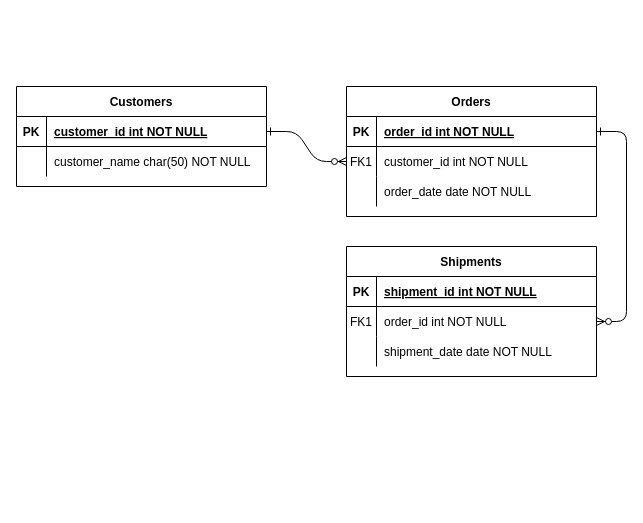
Earlier version of the draw.io diagram 未命名绘图.drawio (QingyangZeng-121/dat). Source tidied: cells renumbered, new cells numbered last; positions are measured from the earlier drawing's top-left corner, leaving out a move shared by most shapes. Both pictures are drawn from the tidied source at 100%, with x=0, y=0 at pixel (16, 86).
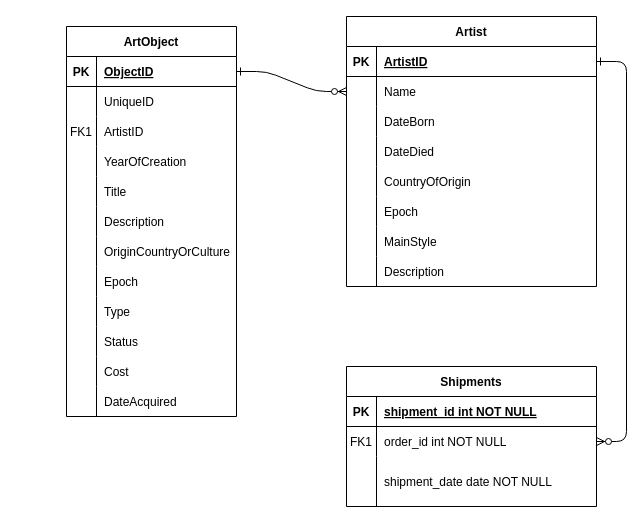
After the change.

The change refers to these unchanged cells:
```xml
<mxCell id="5" style="shape=partialRectangle;fillColor=none;points=[[0,0.5],[1,0.5]];portConstraint=eastwest;top=0;left=0;right=0;bottom=1;" parent="4" vertex="1">
  <mxGeometry y="30" width="250" height="30" as="geometry" />
</mxCell>
<mxCell id="8" style="shape=partialRectangle;fillColor=none;points=[[0,0.5],[1,0.5]];portConstraint=eastwest;top=0;left=0;right=0;bottom=0;" parent="4" vertex="1">
  <mxGeometry y="60" width="250" height="30" as="geometry" />
</mxCell>
<mxCell id="11" style="shape=partialRectangle;fillColor=none;top=0;left=0;right=0;bottom=0;" parent="4" vertex="1">
  <mxGeometry y="90" width="250" height="30" as="geometry" />
</mxCell>
```

The edit, as a diff of the source:
```diff
@@
-    <mxCell id="4" value="Orders" style="shape=table;startSize=30;childLayout=tableLayout;rowLines=0;fontStyle=1;align=center;" parent="1" vertex="1">
-      <mxGeometry x="330" width="250" height="130" as="geometry" />
+    <mxCell id="4" value="Artist" style="shape=table;startSize=30;childLayout=tableLayout;rowLines=0;fontStyle=1;align=center;" parent="1" vertex="1">
+      <mxGeometry x="330" y="-70" width="250" height="270" as="geometry" />
     </mxCell>
@@
-    <mxCell id="7" value="order_id int NOT NULL " style="shape=partialRectangle;overflow=hidden;fillColor=none;top=0;left=0;bottom=0;right=0;align=left;spacingLeft=6;fontStyle=5;" parent="5" vertex="1">
+    <mxCell id="7" value="ArtistID" style="shape=partialRectangle;overflow=hidden;fillColor=none;top=0;left=0;bottom=0;right=0;align=left;spacingLeft=6;fontStyle=5;" parent="5" vertex="1">
       <mxGeometry x="30" width="220" height="30" as="geometry" />
     </mxCell>
@@
-    <mxCell id="9" value="FK1" style="shape=partialRectangle;overflow=hidden;fillColor=none;top=0;left=0;bottom=0;right=0;" parent="8" vertex="1">
+    <mxCell id="9" style="shape=partialRectangle;overflow=hidden;fillColor=none;top=0;left=0;bottom=0;right=0;" parent="8" vertex="1">
       <mxGeometry width="30" height="30" as="geometry" />
     </mxCell>
-    <mxCell id="10" value="customer_id int NOT NULL" style="shape=partialRectangle;overflow=hidden;fillColor=none;top=0;left=0;bottom=0;right=0;align=left;spacingLeft=6;" parent="8" vertex="1">
+    <mxCell id="10" value="Name" style="shape=partialRectangle;overflow=hidden;fillColor=none;top=0;left=0;bottom=0;right=0;align=left;spacingLeft=6;" parent="8" vertex="1">
       <mxGeometry x="30" width="220" height="30" as="geometry" />
     </mxCell>
@@
-    <mxCell id="13" value="order_date date NOT NULL" style="shape=partialRectangle;overflow=hidden;fillColor=none;top=0;left=0;bottom=0;right=0;align=left;spacingLeft=6;" parent="11" vertex="1">
+    <mxCell id="13" value="DateBorn" style="shape=partialRectangle;overflow=hidden;fillColor=none;top=0;left=0;bottom=0;right=0;align=left;spacingLeft=6;" parent="11" vertex="1">
       <mxGeometry x="30" width="220" height="30" as="geometry" />
     </mxCell>
+    <mxCell id="31" style="shape=partialRectangle;fillColor=none;top=0;left=0;right=0;bottom=0;" parent="4" vertex="1">
+      <mxGeometry y="120" width="250" height="30" as="geometry" />
+    </mxCell>
+    <mxCell id="32" style="shape=partialRectangle;overflow=hidden;fillColor=none;top=0;left=0;bottom=0;right=0;" parent="31" vertex="1">
+      <mxGeometry width="30" height="30" as="geometry" />
+    </mxCell>
+    <mxCell id="33" value="DateDied" style="shape=partialRectangle;overflow=hidden;fillColor=none;top=0;left=0;bottom=0;right=0;align=left;spacingLeft=6;" parent="31" vertex="1">
+      <mxGeometry x="30" width="220" height="30" as="geometry" />
+    </mxCell>
+    <mxCell id="34" style="shape=partialRectangle;fillColor=none;top=0;left=0;right=0;bottom=0;" parent="4" vertex="1">
+      <mxGeometry y="150" width="250" height="30" as="geometry" />
+    </mxCell>
+    <mxCell id="35" style="shape=partialRectangle;overflow=hidden;fillColor=none;top=0;left=0;bottom=0;right=0;" parent="34" vertex="1">
+      <mxGeometry width="30" height="30" as="geometry" />
+    </mxCell>
+    <mxCell id="36" value="CountryOfOrigin" style="shape=partialRectangle;overflow=hidden;fillColor=none;top=0;left=0;bottom=0;right=0;align=left;spacingLeft=6;" parent="34" vertex="1">
+      <mxGeometry x="30" width="220" height="30" as="geometry" />
+    </mxCell>
+    <mxCell id="37" style="shape=partialRectangle;fillColor=none;top=0;left=0;right=0;bottom=0;" parent="4" vertex="1">
+      <mxGeometry y="180" width="250" height="30" as="geometry" />
+    </mxCell>
+    <mxCell id="38" style="shape=partialRectangle;overflow=hidden;fillColor=none;top=0;left=0;bottom=0;right=0;" parent="37" vertex="1">
+      <mxGeometry width="30" height="30" as="geometry" />
+    </mxCell>
+    <mxCell id="39" value="Epoch" style="shape=partialRectangle;overflow=hidden;fillColor=none;top=0;left=0;bottom=0;right=0;align=left;spacingLeft=6;" parent="37" vertex="1">
+      <mxGeometry x="30" width="220" height="30" as="geometry" />
+    </mxCell>
+    <mxCell id="40" style="shape=partialRectangle;fillColor=none;top=0;left=0;right=0;bottom=0;" parent="4" vertex="1">
+      <mxGeometry y="210" width="250" height="30" as="geometry" />
+    </mxCell>
+    <mxCell id="41" style="shape=partialRectangle;overflow=hidden;fillColor=none;top=0;left=0;bottom=0;right=0;" parent="40" vertex="1">
+      <mxGeometry width="30" height="30" as="geometry" />
+    </mxCell>
+    <mxCell id="42" value="MainStyle" style="shape=partialRectangle;overflow=hidden;fillColor=none;top=0;left=0;bottom=0;right=0;align=left;spacingLeft=6;" parent="40" vertex="1">
+      <mxGeometry x="30" width="220" height="30" as="geometry" />
+    </mxCell>
+    <mxCell id="43" style="shape=partialRectangle;fillColor=none;top=0;left=0;right=0;bottom=0;" parent="4" vertex="1">
+      <mxGeometry y="240" width="250" height="30" as="geometry" />
+    </mxCell>
+    <mxCell id="44" style="shape=partialRectangle;overflow=hidden;fillColor=none;top=0;left=0;bottom=0;right=0;" parent="43" vertex="1">
+      <mxGeometry width="30" height="30" as="geometry" />
+    </mxCell>
+    <mxCell id="45" value="Description" style="shape=partialRectangle;overflow=hidden;fillColor=none;top=0;left=0;bottom=0;right=0;align=left;spacingLeft=6;" parent="43" vertex="1">
+      <mxGeometry x="30" width="220" height="30" as="geometry" />
+    </mxCell>
     <mxCell id="14" value="Shipments" style="shape=table;startSize=30;childLayout=tableLayout;rowLines=0;fontStyle=1;align=center;" parent="1" vertex="1">
-      <mxGeometry x="330" y="160" width="250" height="130" as="geometry" />
+      <mxGeometry x="330" y="280" width="250" height="140" as="geometry" />
     </mxCell>
@@
     <mxCell id="21" style="shape=partialRectangle;fillColor=none;top=0;left=0;right=0;bottom=0;" parent="14" vertex="1">
-      <mxGeometry y="90" width="250" height="30" as="geometry" />
+      <mxGeometry y="90" width="250" height="50" as="geometry" />
     </mxCell>
     <mxCell id="22" style="shape=partialRectangle;overflow=hidden;fillColor=none;top=0;left=0;bottom=0;right=0;" parent="21" vertex="1">
-      <mxGeometry width="30" height="30" as="geometry" />
+      <mxGeometry width="30" height="50" as="geometry" />
     </mxCell>
     <mxCell id="23" value="shipment_date date NOT NULL" style="shape=partialRectangle;overflow=hidden;fillColor=none;top=0;left=0;bottom=0;right=0;align=left;spacingLeft=6;" parent="21" vertex="1">
-      <mxGeometry x="30" width="220" height="30" as="geometry" />
+      <mxGeometry x="30" width="220" height="50" as="geometry" />
     </mxCell>
-    <mxCell id="24" value="Customers" style="shape=table;startSize=30;childLayout=tableLayout;rowLines=0;fontStyle=1;align=center;" parent="1" vertex="1">
-      <mxGeometry width="250" height="100" as="geometry" />
+    <mxCell id="24" value="ArtObject" style="shape=table;startSize=30;childLayout=tableLayout;rowLines=0;fontStyle=1;align=center;" parent="1" vertex="1">
+      <mxGeometry x="50" y="-60" width="170" height="390" as="geometry" />
     </mxCell>
     <mxCell id="25" style="shape=partialRectangle;fillColor=none;points=[[0,0.5],[1,0.5]];portConstraint=eastwest;top=0;left=0;right=0;bottom=1;" parent="24" vertex="1">
-      <mxGeometry y="30" width="250" height="30" as="geometry" />
+      <mxGeometry y="30" width="170" height="30" as="geometry" />
     </mxCell>
@@
-    <mxCell id="27" value="customer_id int NOT NULL " style="shape=partialRectangle;overflow=hidden;fillColor=none;top=0;left=0;bottom=0;right=0;align=left;spacingLeft=6;fontStyle=5;" parent="25" vertex="1">
-      <mxGeometry x="30" width="220" height="30" as="geometry" />
+    <mxCell id="27" value="ObjectID" style="shape=partialRectangle;overflow=hidden;fillColor=none;top=0;left=0;bottom=0;right=0;align=left;spacingLeft=6;fontStyle=5;" parent="25" vertex="1">
+      <mxGeometry x="30" width="140" height="30" as="geometry" />
     </mxCell>
-    <mxCell id="28" style="shape=partialRectangle;fillColor=none;top=0;left=0;right=0;bottom=0;" parent="24" vertex="1">
-      <mxGeometry y="60" width="250" height="30" as="geometry" />
-    </mxCell>
-    <mxCell id="29" style="shape=partialRectangle;overflow=hidden;fillColor=none;top=0;left=0;bottom=0;right=0;" parent="28" vertex="1">
-      <mxGeometry width="30" height="30" as="geometry" />
-    </mxCell>
-    <mxCell id="30" value="customer_name char(50) NOT NULL" style="shape=partialRectangle;overflow=hidden;fillColor=none;top=0;left=0;bottom=0;right=0;align=left;spacingLeft=6;" parent="28" vertex="1">
-      <mxGeometry x="30" width="220" height="30" as="geometry" />
-    </mxCell>
+    <mxCell id="46" style="shape=partialRectangle;fillColor=none;top=0;left=0;right=0;bottom=0;" parent="24" vertex="1">
+      <mxGeometry y="60" width="170" height="30" as="geometry" />
+    </mxCell>
+    <mxCell id="47" style="shape=partialRectangle;overflow=hidden;fillColor=none;top=0;left=0;bottom=0;right=0;" parent="46" vertex="1">
+      <mxGeometry width="30" height="30" as="geometry" />
+    </mxCell>
+    <mxCell id="48" value="UniqueID" style="shape=partialRectangle;overflow=hidden;fillColor=none;top=0;left=0;bottom=0;right=0;align=left;spacingLeft=6;" parent="46" vertex="1">
+      <mxGeometry x="30" width="140" height="30" as="geometry" />
+    </mxCell>
+    <mxCell id="49" style="shape=partialRectangle;fillColor=none;top=0;left=0;right=0;bottom=0;" parent="24" vertex="1">
+      <mxGeometry y="90" width="170" height="30" as="geometry" />
+    </mxCell>
+    <mxCell id="50" value="FK1" style="shape=partialRectangle;overflow=hidden;fillColor=none;top=0;left=0;bottom=0;right=0;" parent="49" vertex="1">
+      <mxGeometry width="30" height="30" as="geometry" />
+    </mxCell>
+    <mxCell id="51" value="ArtistID" style="shape=partialRectangle;overflow=hidden;fillColor=none;top=0;left=0;bottom=0;right=0;align=left;spacingLeft=6;" parent="49" vertex="1">
+      <mxGeometry x="30" width="140" height="30" as="geometry" />
+    </mxCell>
+    <mxCell id="52" style="shape=partialRectangle;fillColor=none;top=0;left=0;right=0;bottom=0;" parent="24" vertex="1">
+      <mxGeometry y="120" width="170" height="30" as="geometry" />
+    </mxCell>
+    <mxCell id="53" style="shape=partialRectangle;overflow=hidden;fillColor=none;top=0;left=0;bottom=0;right=0;" parent="52" vertex="1">
+      <mxGeometry width="30" height="30" as="geometry" />
+    </mxCell>
+    <mxCell id="54" value="YearOfCreation" style="shape=partialRectangle;overflow=hidden;fillColor=none;top=0;left=0;bottom=0;right=0;align=left;spacingLeft=6;" parent="52" vertex="1">
+      <mxGeometry x="30" width="140" height="30" as="geometry" />
+    </mxCell>
+    <mxCell id="55" style="shape=partialRectangle;fillColor=none;top=0;left=0;right=0;bottom=0;" parent="24" vertex="1">
+      <mxGeometry y="150" width="170" height="30" as="geometry" />
+    </mxCell>
+    <mxCell id="56" style="shape=partialRectangle;overflow=hidden;fillColor=none;top=0;left=0;bottom=0;right=0;" parent="55" vertex="1">
+      <mxGeometry width="30" height="30" as="geometry" />
+    </mxCell>
+    <mxCell id="57" value="Title" style="shape=partialRectangle;overflow=hidden;fillColor=none;top=0;left=0;bottom=0;right=0;align=left;spacingLeft=6;" parent="55" vertex="1">
+      <mxGeometry x="30" width="140" height="30" as="geometry" />
+    </mxCell>
+    <mxCell id="58" style="shape=partialRectangle;fillColor=none;top=0;left=0;right=0;bottom=0;" parent="24" vertex="1">
+      <mxGeometry y="180" width="170" height="30" as="geometry" />
+    </mxCell>
+    <mxCell id="59" style="shape=partialRectangle;overflow=hidden;fillColor=none;top=0;left=0;bottom=0;right=0;" parent="58" vertex="1">
+      <mxGeometry width="30" height="30" as="geometry" />
+    </mxCell>
+    <mxCell id="60" value="Description" style="shape=partialRectangle;overflow=hidden;fillColor=none;top=0;left=0;bottom=0;right=0;align=left;spacingLeft=6;" parent="58" vertex="1">
+      <mxGeometry x="30" width="140" height="30" as="geometry" />
+    </mxCell>
+    <mxCell id="61" style="shape=partialRectangle;fillColor=none;top=0;left=0;right=0;bottom=0;" parent="24" vertex="1">
+      <mxGeometry y="210" width="170" height="30" as="geometry" />
+    </mxCell>
+    <mxCell id="62" style="shape=partialRectangle;overflow=hidden;fillColor=none;top=0;left=0;bottom=0;right=0;" parent="61" vertex="1">
+      <mxGeometry width="30" height="30" as="geometry" />
+    </mxCell>
+    <mxCell id="63" value="OriginCountryOrCulture" style="shape=partialRectangle;overflow=hidden;fillColor=none;top=0;left=0;bottom=0;right=0;align=left;spacingLeft=6;" parent="61" vertex="1">
+      <mxGeometry x="30" width="140" height="30" as="geometry" />
+    </mxCell>
+    <mxCell id="64" style="shape=partialRectangle;fillColor=none;top=0;left=0;right=0;bottom=0;" parent="24" vertex="1">
+      <mxGeometry y="240" width="170" height="30" as="geometry" />
+    </mxCell>
+    <mxCell id="65" style="shape=partialRectangle;overflow=hidden;fillColor=none;top=0;left=0;bottom=0;right=0;" parent="64" vertex="1">
+      <mxGeometry width="30" height="30" as="geometry" />
+    </mxCell>
+    <mxCell id="66" value="Epoch" style="shape=partialRectangle;overflow=hidden;fillColor=none;top=0;left=0;bottom=0;right=0;align=left;spacingLeft=6;" parent="64" vertex="1">
+      <mxGeometry x="30" width="140" height="30" as="geometry" />
+    </mxCell>
+    <mxCell id="67" style="shape=partialRectangle;fillColor=none;top=0;left=0;right=0;bottom=0;" parent="24" vertex="1">
+      <mxGeometry y="270" width="170" height="30" as="geometry" />
+    </mxCell>
+    <mxCell id="68" style="shape=partialRectangle;overflow=hidden;fillColor=none;top=0;left=0;bottom=0;right=0;" parent="67" vertex="1">
+      <mxGeometry width="30" height="30" as="geometry" />
+    </mxCell>
+    <mxCell id="69" value="Type" style="shape=partialRectangle;overflow=hidden;fillColor=none;top=0;left=0;bottom=0;right=0;align=left;spacingLeft=6;" parent="67" vertex="1">
+      <mxGeometry x="30" width="140" height="30" as="geometry" />
+    </mxCell>
+    <mxCell id="70" style="shape=partialRectangle;fillColor=none;top=0;left=0;right=0;bottom=0;" parent="24" vertex="1">
+      <mxGeometry y="300" width="170" height="30" as="geometry" />
+    </mxCell>
+    <mxCell id="71" style="shape=partialRectangle;overflow=hidden;fillColor=none;top=0;left=0;bottom=0;right=0;" parent="70" vertex="1">
+      <mxGeometry width="30" height="30" as="geometry" />
+    </mxCell>
+    <mxCell id="72" value="Status" style="shape=partialRectangle;overflow=hidden;fillColor=none;top=0;left=0;bottom=0;right=0;align=left;spacingLeft=6;" parent="70" vertex="1">
+      <mxGeometry x="30" width="140" height="30" as="geometry" />
+    </mxCell>
+    <mxCell id="73" style="shape=partialRectangle;fillColor=none;top=0;left=0;right=0;bottom=0;" parent="24" vertex="1">
+      <mxGeometry y="330" width="170" height="30" as="geometry" />
+    </mxCell>
+    <mxCell id="74" style="shape=partialRectangle;overflow=hidden;fillColor=none;top=0;left=0;bottom=0;right=0;" parent="73" vertex="1">
+      <mxGeometry width="30" height="30" as="geometry" />
+    </mxCell>
+    <mxCell id="75" value="Cost" style="shape=partialRectangle;overflow=hidden;fillColor=none;top=0;left=0;bottom=0;right=0;align=left;spacingLeft=6;" parent="73" vertex="1">
+      <mxGeometry x="30" width="140" height="30" as="geometry" />
+    </mxCell>
+    <mxCell id="76" style="shape=partialRectangle;fillColor=none;top=0;left=0;right=0;bottom=0;" parent="24" vertex="1">
+      <mxGeometry y="360" width="170" height="30" as="geometry" />
+    </mxCell>
+    <mxCell id="77" style="shape=partialRectangle;overflow=hidden;fillColor=none;top=0;left=0;bottom=0;right=0;" parent="76" vertex="1">
+      <mxGeometry width="30" height="30" as="geometry" />
+    </mxCell>
+    <mxCell id="78" value="DateAcquired" style="shape=partialRectangle;overflow=hidden;fillColor=none;top=0;left=0;bottom=0;right=0;align=left;spacingLeft=6;" parent="76" vertex="1">
+      <mxGeometry x="30" width="140" height="30" as="geometry" />
+    </mxCell>
```
